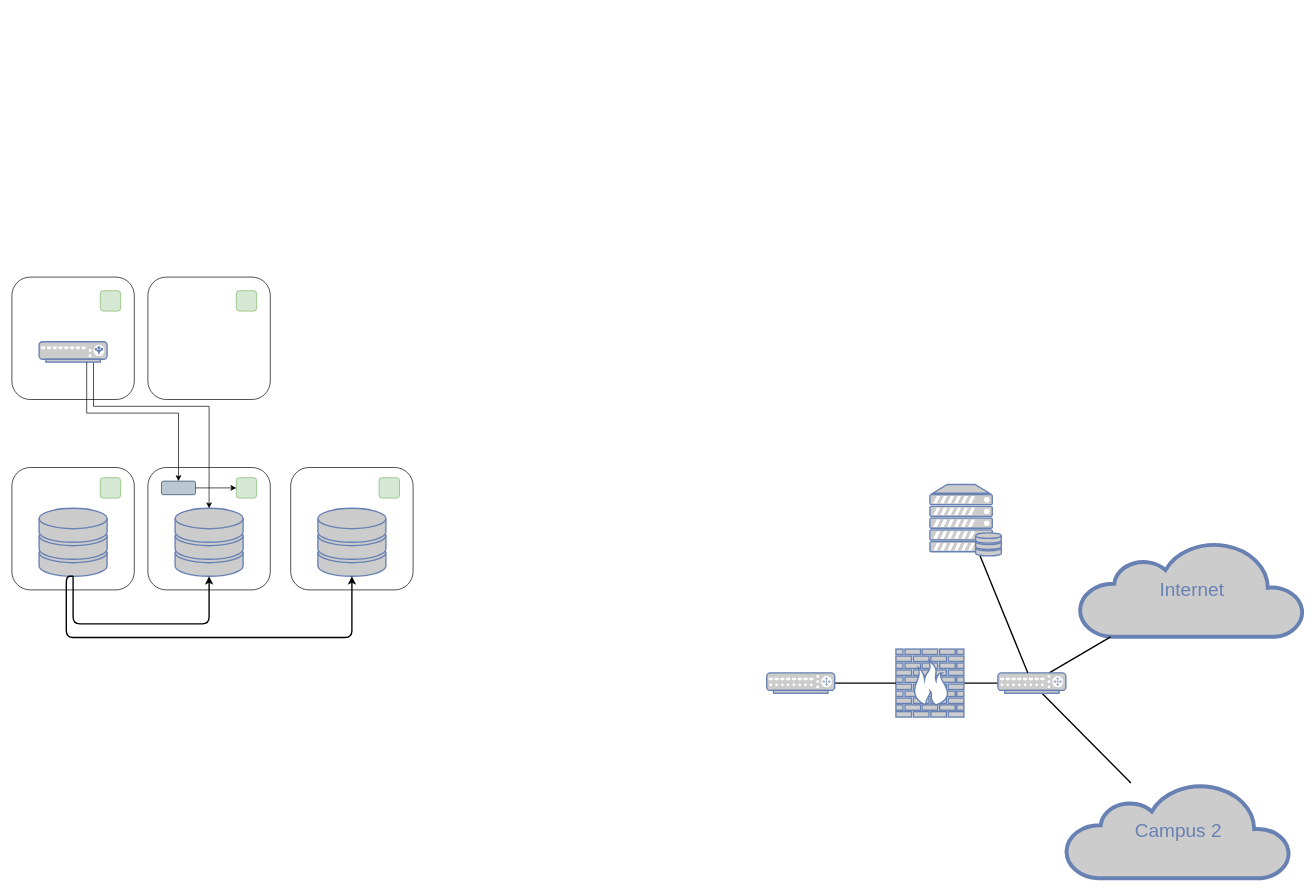
This is arch/networks.drawio from Arnauld/schema, a draw.io file, before an edit. Source tidied: cells renumbered, new cells numbered last; positions are measured from the earlier drawing's top-left corner, leaving out a move shared by most shapes. Both pictures are drawn from the tidied source at 68%, with x=0, y=0 at pixel (12, 277).
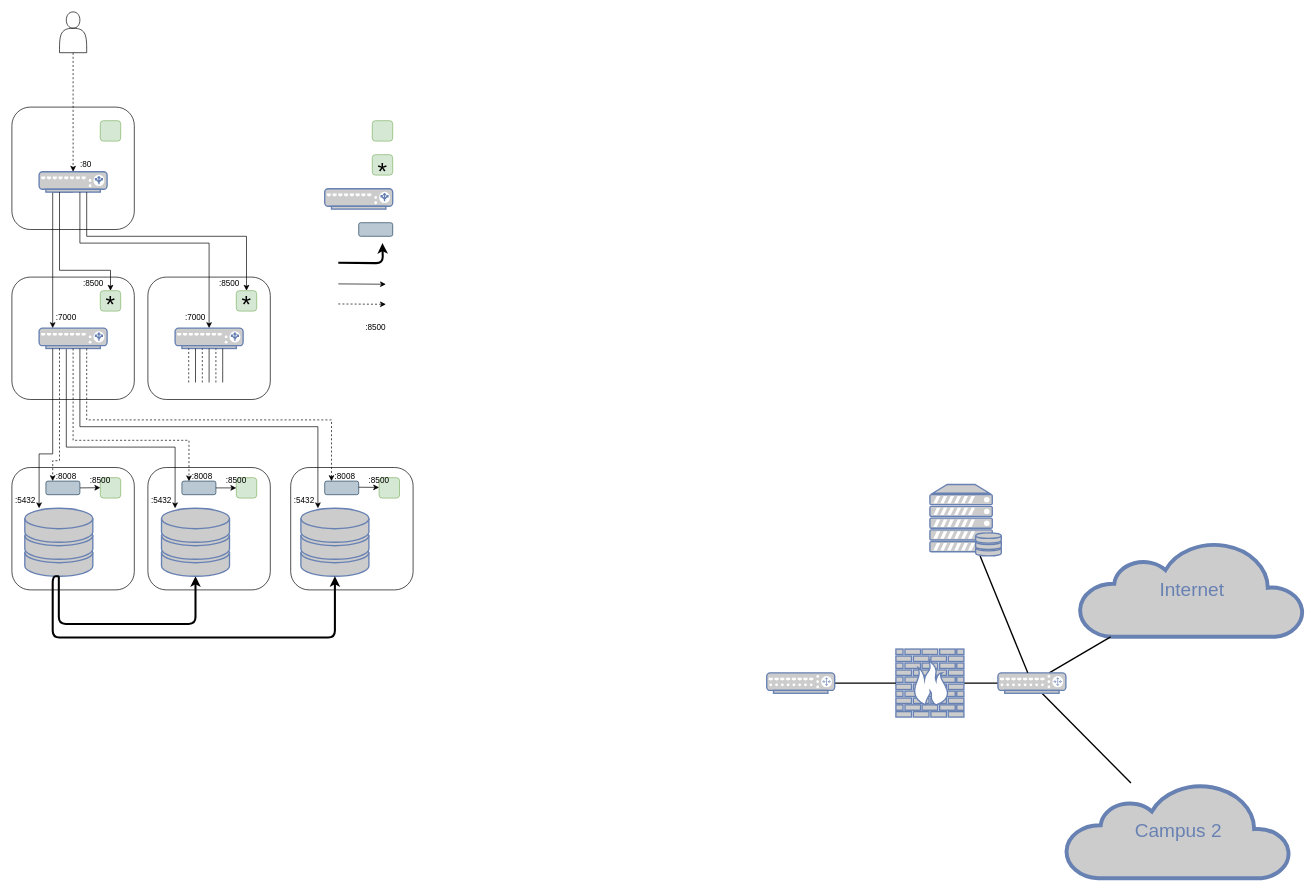
After the change.

Unchanged cells that the change refers to:
```xml
<mxCell id="24" style="rounded=1;whiteSpace=wrap;html=1;" parent="1" vertex="1">
  <mxGeometry x="200" width="180" height="180" as="geometry" />
</mxCell>
<mxCell id="28" style="rounded=1;whiteSpace=wrap;html=1;fillColor=#d5e8d4;strokeColor=#82b366;" parent="1" vertex="1">
  <mxGeometry x="330" y="20" width="30" height="30" as="geometry" />
</mxCell>
<mxCell id="29" style="rounded=1;whiteSpace=wrap;html=1;fillColor=#d5e8d4;strokeColor=#82b366;" parent="1" vertex="1">
  <mxGeometry x="130" y="20" width="30" height="30" as="geometry" />
</mxCell>
```

The edit, as a diff of the source:
```diff
@@
     <mxCell id="14" style="fontColor=#0066CC;verticalAlign=top;verticalLabelPosition=bottom;labelPosition=center;align=center;html=1;fillColor=#CCCCCC;strokeColor=#6881B3;gradientColor=none;gradientDirection=north;strokeWidth=2;shape=mxgraph.networks.storage;rounded=0;shadow=0;comic=0;" parent="1" vertex="1">
-      <mxGeometry x="40" y="340" width="100" height="100" as="geometry" />
+      <mxGeometry x="19" y="340" width="100" height="100" as="geometry" />
     </mxCell>
@@
-    <mxCell id="17" style="edgeStyle=orthogonalEdgeStyle;html=1;labelBackgroundColor=none;endArrow=classic;endFill=1;strokeWidth=2;fontFamily=Verdana;fontSize=28;fontColor=#6881B3;entryX=0.5;entryY=1;entryDx=0;entryDy=0;entryPerimeter=0;exitX=0.5;exitY=1;exitDx=0;exitDy=0;exitPerimeter=0;" parent="1" edge="1" source="14" target="19">
+    <mxCell id="17" style="edgeStyle=orthogonalEdgeStyle;html=1;labelBackgroundColor=none;endArrow=classic;endFill=1;strokeWidth=3;fontFamily=Verdana;fontSize=28;fontColor=#6881B3;entryX=0.5;entryY=1;entryDx=0;entryDy=0;entryPerimeter=0;exitX=0.5;exitY=1;exitDx=0;exitDy=0;exitPerimeter=0;" parent="1" edge="1" source="14" target="19">
       <mxGeometry relative="1" as="geometry">
         <Array as="points">
           <mxPoint x="90" y="510" />
           <mxPoint x="290" y="510" />
         </Array>
       </mxGeometry>
     </mxCell>
@@
     <mxCell id="19" style="fontColor=#0066CC;verticalAlign=top;verticalLabelPosition=bottom;labelPosition=center;align=center;html=1;fillColor=#CCCCCC;strokeColor=#6881B3;gradientColor=none;gradientDirection=north;strokeWidth=2;shape=mxgraph.networks.storage;rounded=0;shadow=0;comic=0;" parent="1" vertex="1">
-      <mxGeometry x="240" y="340" width="100" height="100" as="geometry" />
+      <mxGeometry x="220" y="340" width="100" height="100" as="geometry" />
     </mxCell>
     <mxCell id="20" style="fontColor=#0066CC;verticalAlign=top;verticalLabelPosition=bottom;labelPosition=center;align=center;html=1;fillColor=#CCCCCC;strokeColor=#6881B3;gradientColor=none;gradientDirection=north;strokeWidth=2;shape=mxgraph.networks.storage;rounded=0;shadow=0;comic=0;" parent="1" vertex="1">
-      <mxGeometry x="450" y="340" width="100" height="100" as="geometry" />
+      <mxGeometry x="425" y="340" width="100" height="100" as="geometry" />
     </mxCell>
-    <mxCell id="21" style="edgeStyle=orthogonalEdgeStyle;html=1;labelBackgroundColor=none;endArrow=classic;endFill=1;strokeWidth=2;fontFamily=Verdana;fontSize=28;fontColor=#6881B3;entryX=0.5;entryY=1;entryDx=0;entryDy=0;entryPerimeter=0;exitX=0.5;exitY=1;exitDx=0;exitDy=0;exitPerimeter=0;startArrow=none;startFill=0;" parent="1" edge="1" source="14" target="20">
+    <mxCell id="21" style="edgeStyle=orthogonalEdgeStyle;html=1;labelBackgroundColor=none;endArrow=classic;endFill=1;strokeWidth=3;fontFamily=Verdana;fontSize=28;fontColor=#6881B3;entryX=0.5;entryY=1;entryDx=0;entryDy=0;entryPerimeter=0;exitX=0.5;exitY=1;exitDx=0;exitDy=0;exitPerimeter=0;startArrow=none;startFill=0;" parent="1" edge="1" source="14" target="20">
       <mxGeometry relative="1" as="geometry">
         <Array as="points">
-          <mxPoint x="80" y="440" />
-          <mxPoint x="80" y="530" />
-          <mxPoint x="500" y="530" />
+          <mxPoint x="60" y="440" />
+          <mxPoint x="60" y="530" />
+          <mxPoint x="475" y="530" />
         </Array>
       </mxGeometry>
     </mxCell>
-    <mxCell id="22" style="edgeStyle=orthogonalEdgeStyle;rounded=0;jettySize=auto;html=1;startArrow=none;startFill=0;endArrow=classic;endFill=1;entryX=0.5;entryY=0;entryDx=0;entryDy=0;entryPerimeter=0;" parent="1" edge="1" source="23" target="19">
+    <mxCell id="22" style="edgeStyle=orthogonalEdgeStyle;rounded=0;jettySize=auto;html=1;startArrow=none;startFill=0;endArrow=classic;endFill=1;" parent="1" edge="1" source="23">
       <mxGeometry relative="1" as="geometry">
+        <mxPoint x="240" y="340" as="targetPoint" />
         <Array as="points">
-          <mxPoint x="120" y="190" />
-          <mxPoint x="290" y="190" />
+          <mxPoint x="80" y="250" />
+          <mxPoint x="240" y="250" />
         </Array>
       </mxGeometry>
     </mxCell>
     <mxCell id="23" style="fontColor=#0066CC;verticalAlign=top;verticalLabelPosition=bottom;labelPosition=center;align=center;html=1;outlineConnect=0;fillColor=#CCCCCC;strokeColor=#6881B3;gradientColor=none;gradientDirection=north;strokeWidth=2;shape=mxgraph.networks.load_balancer;" parent="1" vertex="1">
-      <mxGeometry x="40" y="95" width="100" height="30" as="geometry" />
+      <mxGeometry x="40" y="75" width="100" height="30" as="geometry" />
     </mxCell>
@@
-    <mxCell id="25" style="edgeStyle=orthogonalEdgeStyle;rounded=0;jettySize=auto;html=1;startArrow=none;startFill=0;endArrow=classic;endFill=1;entryX=0.5;entryY=0;entryDx=0;entryDy=0;" parent="1" edge="1" source="23" target="26">
+    <mxCell id="25" style="edgeStyle=orthogonalEdgeStyle;rounded=0;jettySize=auto;html=1;startArrow=none;startFill=0;endArrow=classic;endFill=1;entryX=0.208;entryY=0.016;entryDx=0;entryDy=0;dashed=1;entryPerimeter=0;" parent="1" edge="1" source="23" target="26">
       <mxGeometry relative="1" as="geometry">
         <Array as="points">
-          <mxPoint x="110" y="200" />
-          <mxPoint x="245" y="200" />
+          <mxPoint x="90" y="240" />
+          <mxPoint x="260" y="240" />
+          <mxPoint x="260" y="300" />
         </Array>
       </mxGeometry>
     </mxCell>
     <mxCell id="26" style="rounded=1;whiteSpace=wrap;html=1;fillColor=#bac8d3;strokeColor=#23445d;" parent="1" vertex="1">
-      <mxGeometry x="220" y="300" width="50" height="20" as="geometry" />
+      <mxGeometry x="250" y="300" width="50" height="20" as="geometry" />
     </mxCell>
@@
+    <mxCell id="33" style="rounded=1;whiteSpace=wrap;html=1;" parent="1" vertex="1">
+      <mxGeometry y="-250" width="180" height="180" as="geometry" />
+    </mxCell>
+    <mxCell id="34" style="edgeStyle=orthogonalEdgeStyle;rounded=0;jettySize=auto;html=1;exitX=0.5;exitY=1;exitDx=0;exitDy=0;exitPerimeter=0;startArrow=none;startFill=0;endArrow=classic;endFill=1;" parent="1" edge="1" source="35" target="23">
+      <mxGeometry relative="1" as="geometry">
+        <Array as="points">
+          <mxPoint x="60" y="-125" />
+        </Array>
+      </mxGeometry>
+    </mxCell>
+    <mxCell id="35" style="fontColor=#0066CC;verticalAlign=top;verticalLabelPosition=bottom;labelPosition=center;align=center;html=1;outlineConnect=0;fillColor=#CCCCCC;strokeColor=#6881B3;gradientColor=none;gradientDirection=north;strokeWidth=2;shape=mxgraph.networks.load_balancer;" parent="1" vertex="1">
+      <mxGeometry x="40" y="-155" width="100" height="30" as="geometry" />
+    </mxCell>
+    <mxCell id="36" style="rounded=1;whiteSpace=wrap;html=1;fillColor=#d5e8d4;strokeColor=#82b366;" parent="1" vertex="1">
+      <mxGeometry x="130" y="-230" width="30" height="30" as="geometry" />
+    </mxCell>
+    <mxCell id="37" style="edgeStyle=orthogonalEdgeStyle;rounded=0;jettySize=auto;html=1;startArrow=none;startFill=0;endArrow=classic;endFill=1;entryX=0.5;entryY=0;entryDx=0;entryDy=0;" parent="1" edge="1" source="35" target="29">
+      <mxGeometry relative="1" as="geometry">
+        <Array as="points">
+          <mxPoint x="70" y="-10" />
+          <mxPoint x="145" y="-10" />
+        </Array>
+      </mxGeometry>
+    </mxCell>
+    <mxCell id="38" style="edgeStyle=orthogonalEdgeStyle;rounded=0;jettySize=auto;html=1;startArrow=none;startFill=0;endArrow=classic;endFill=1;entryX=0.5;entryY=0;entryDx=0;entryDy=0;" parent="1" edge="1" source="35" target="28">
+      <mxGeometry relative="1" as="geometry">
+        <Array as="points">
+          <mxPoint x="110" y="-60" />
+          <mxPoint x="345" y="-60" />
+        </Array>
+      </mxGeometry>
+    </mxCell>
+    <mxCell id="39" style="rounded=1;whiteSpace=wrap;html=1;fillColor=#bac8d3;strokeColor=#23445d;" parent="1" vertex="1">
+      <mxGeometry x="460" y="300" width="50" height="20" as="geometry" />
+    </mxCell>
+    <mxCell id="40" style="edgeStyle=orthogonalEdgeStyle;rounded=0;jettySize=auto;html=1;startArrow=none;startFill=0;endArrow=classic;endFill=1;dashed=1;" parent="1" edge="1" source="23">
+      <mxGeometry relative="1" as="geometry">
+        <mxPoint x="60" y="300" as="targetPoint" />
+        <Array as="points">
+          <mxPoint x="70" y="270" />
+          <mxPoint x="60" y="270" />
+          <mxPoint x="60" y="300" />
+        </Array>
+      </mxGeometry>
+    </mxCell>
+    <mxCell id="41" style="edgeStyle=orthogonalEdgeStyle;rounded=0;jettySize=auto;html=1;startArrow=none;startFill=0;endArrow=classic;endFill=1;" parent="1" edge="1" source="23">
+      <mxGeometry relative="1" as="geometry">
+        <mxPoint x="40" y="340" as="targetPoint" />
+        <Array as="points">
+          <mxPoint x="60" y="260" />
+          <mxPoint x="40" y="260" />
+        </Array>
+      </mxGeometry>
+    </mxCell>
+    <mxCell id="42" style="edgeStyle=orthogonalEdgeStyle;rounded=0;jettySize=auto;html=1;startArrow=none;startFill=0;endArrow=classic;endFill=1;dashed=1;" parent="1" edge="1" source="23">
+      <mxGeometry relative="1" as="geometry">
+        <mxPoint x="470" y="300" as="targetPoint" />
+        <Array as="points">
+          <mxPoint x="110" y="210" />
+          <mxPoint x="470" y="210" />
+        </Array>
+      </mxGeometry>
+    </mxCell>
+    <mxCell id="43" style="edgeStyle=orthogonalEdgeStyle;rounded=0;jettySize=auto;html=1;startArrow=none;startFill=0;endArrow=classic;endFill=1;" parent="1" edge="1" source="23">
+      <mxGeometry relative="1" as="geometry">
+        <mxPoint x="450" y="340" as="targetPoint" />
+        <Array as="points">
+          <mxPoint x="100" y="220" />
+          <mxPoint x="450" y="220" />
+        </Array>
+      </mxGeometry>
+    </mxCell>
+    <mxCell id="44" style="fontColor=#0066CC;verticalAlign=top;verticalLabelPosition=bottom;labelPosition=center;align=center;html=1;fillColor=#CCCCCC;strokeColor=#6881B3;gradientColor=none;gradientDirection=north;strokeWidth=2;shape=mxgraph.networks.load_balancer;" parent="1" vertex="1">
+      <mxGeometry x="240" y="75" width="100" height="30" as="geometry" />
+    </mxCell>
+    <mxCell id="45" style="edgeStyle=orthogonalEdgeStyle;rounded=0;jettySize=auto;html=1;startArrow=none;startFill=0;endArrow=classic;endFill=1;" parent="1" edge="1" source="35">
+      <mxGeometry relative="1" as="geometry">
+        <mxPoint x="290" y="75" as="targetPoint" />
+        <Array as="points">
+          <mxPoint x="100" y="-50" />
+          <mxPoint x="290" y="-50" />
+          <mxPoint x="290" y="75" />
+        </Array>
+      </mxGeometry>
+    </mxCell>
+    <mxCell id="46" style="rounded=1;whiteSpace=wrap;html=1;fillColor=#d5e8d4;strokeColor=#82b366;" parent="1" vertex="1">
+      <mxGeometry x="530" y="-230" width="30" height="30" as="geometry" />
+    </mxCell>
+    <mxCell id="47" value="*" style="text;html=1;strokeColor=none;fillColor=none;align=center;verticalAlign=middle;whiteSpace=wrap;rounded=0;fontSize=36;" parent="1" vertex="1">
+      <mxGeometry x="125" y="30" width="40" height="20" as="geometry" />
+    </mxCell>
+    <mxCell id="48" value="*" style="text;html=1;strokeColor=none;fillColor=none;align=center;verticalAlign=middle;whiteSpace=wrap;rounded=0;fontSize=36;" parent="1" vertex="1">
+      <mxGeometry x="325" y="30" width="40" height="20" as="geometry" />
+    </mxCell>
+    <mxCell id="49" style="rounded=1;whiteSpace=wrap;html=1;fillColor=#d5e8d4;strokeColor=#82b366;" parent="1" vertex="1">
+      <mxGeometry x="530" y="-180" width="30" height="30" as="geometry" />
+    </mxCell>
+    <mxCell id="50" value="*" style="text;html=1;strokeColor=none;fillColor=none;align=center;verticalAlign=middle;whiteSpace=wrap;rounded=0;fontSize=36;" parent="1" vertex="1">
+      <mxGeometry x="525" y="-165" width="40" height="20" as="geometry" />
+    </mxCell>
+    <mxCell id="51" style="fontColor=#0066CC;verticalAlign=top;verticalLabelPosition=bottom;labelPosition=center;align=center;html=1;fillColor=#CCCCCC;strokeColor=#6881B3;gradientColor=none;gradientDirection=north;strokeWidth=2;shape=mxgraph.networks.load_balancer;" parent="1" vertex="1">
+      <mxGeometry x="460" y="-130" width="100" height="30" as="geometry" />
+    </mxCell>
+    <mxCell id="52" style="rounded=1;whiteSpace=wrap;html=1;fillColor=#bac8d3;strokeColor=#23445d;" parent="1" vertex="1">
+      <mxGeometry x="510" y="-80" width="50" height="20" as="geometry" />
+    </mxCell>
+    <mxCell id="53" value="&lt;font style=&quot;font-size: 12px&quot;&gt;:5432&lt;/font&gt;" style="text;html=1;strokeColor=none;fillColor=none;align=center;verticalAlign=middle;whiteSpace=wrap;rounded=0;fontSize=36;" parent="1" vertex="1">
+      <mxGeometry y="310" width="40" height="20" as="geometry" />
+    </mxCell>
+    <mxCell id="54" value="&lt;font style=&quot;font-size: 12px&quot;&gt;:8008&lt;/font&gt;" style="text;html=1;strokeColor=none;fillColor=none;align=center;verticalAlign=middle;whiteSpace=wrap;rounded=0;fontSize=36;" parent="1" vertex="1">
+      <mxGeometry x="60" y="275" width="40" height="20" as="geometry" />
+    </mxCell>
+    <mxCell id="55" value="&lt;font style=&quot;font-size: 12px&quot;&gt;:7000&lt;/font&gt;" style="text;html=1;strokeColor=none;fillColor=none;align=center;verticalAlign=middle;whiteSpace=wrap;rounded=0;fontSize=36;" parent="1" vertex="1">
+      <mxGeometry x="60" y="40" width="40" height="20" as="geometry" />
+    </mxCell>
+    <mxCell id="56" value="&lt;font style=&quot;font-size: 12px&quot;&gt;:8500&lt;/font&gt;" style="text;html=1;strokeColor=none;fillColor=none;align=center;verticalAlign=middle;whiteSpace=wrap;rounded=0;fontSize=36;" parent="1" vertex="1">
+      <mxGeometry x="100" y="-15" width="40" height="30" as="geometry" />
+    </mxCell>
+    <mxCell id="57" value="&lt;font style=&quot;font-size: 12px&quot;&gt;:8500&lt;/font&gt;" style="text;html=1;strokeColor=none;fillColor=none;align=center;verticalAlign=middle;whiteSpace=wrap;rounded=0;fontSize=36;" parent="1" vertex="1">
+      <mxGeometry x="310" y="280" width="40" height="20" as="geometry" />
+    </mxCell>
+    <mxCell id="58" style="edgeStyle=orthogonalEdgeStyle;rounded=0;jettySize=auto;html=1;exitX=0.5;exitY=1;exitDx=0;exitDy=0;entryX=0.5;entryY=0;entryDx=0;entryDy=0;entryPerimeter=0;dashed=1;startArrow=none;startFill=0;endArrow=classic;endFill=1;fontSize=36;" parent="1" edge="1" source="59" target="35">
+      <mxGeometry relative="1" as="geometry" />
+    </mxCell>
+    <mxCell id="59" style="shape=actor;whiteSpace=wrap;html=1;fontSize=36;" parent="1" vertex="1">
+      <mxGeometry x="70" y="-390" width="40" height="60" as="geometry" />
+    </mxCell>
+    <mxCell id="60" value="&lt;font style=&quot;font-size: 12px&quot;&gt;:80&lt;/font&gt;" style="text;html=1;strokeColor=none;fillColor=none;align=center;verticalAlign=middle;whiteSpace=wrap;rounded=0;fontSize=36;" parent="1" vertex="1">
+      <mxGeometry x="89" y="-185" width="40" height="20" as="geometry" />
+    </mxCell>
+    <mxCell id="61" value="&lt;font style=&quot;font-size: 12px&quot;&gt;:7000&lt;/font&gt;" style="text;html=1;strokeColor=none;fillColor=none;align=center;verticalAlign=middle;whiteSpace=wrap;rounded=0;fontSize=36;" parent="1" vertex="1">
+      <mxGeometry x="250" y="40" width="40" height="20" as="geometry" />
+    </mxCell>
+    <mxCell id="62" value="&lt;font style=&quot;font-size: 12px&quot;&gt;:8500&lt;/font&gt;" style="text;html=1;strokeColor=none;fillColor=none;align=center;verticalAlign=middle;whiteSpace=wrap;rounded=0;fontSize=36;" parent="1" vertex="1">
+      <mxGeometry x="300" y="-15" width="40" height="30" as="geometry" />
+    </mxCell>
+    <mxCell id="63" style="endArrow=none;html=1;fontSize=36;exitX=0.389;exitY=0.861;exitDx=0;exitDy=0;exitPerimeter=0;" parent="1" edge="1" source="24">
+      <mxGeometry relative="1" as="geometry">
+        <mxPoint x="270" y="105" as="targetPoint" />
+      </mxGeometry>
+    </mxCell>
+    <mxCell id="64" style="endArrow=none;html=1;dashed=1;fontSize=36;exitX=0.389;exitY=0.861;exitDx=0;exitDy=0;exitPerimeter=0;" parent="1" edge="1">
+      <mxGeometry relative="1" as="geometry">
+        <mxPoint x="280" y="155" as="sourcePoint" />
+        <mxPoint x="280" y="105" as="targetPoint" />
+      </mxGeometry>
+    </mxCell>
+    <mxCell id="65" style="endArrow=none;html=1;dashed=1;fontSize=36;exitX=0.389;exitY=0.861;exitDx=0;exitDy=0;exitPerimeter=0;" parent="1" edge="1">
+      <mxGeometry relative="1" as="geometry">
+        <mxPoint x="260" y="155" as="sourcePoint" />
+        <mxPoint x="260" y="105" as="targetPoint" />
+      </mxGeometry>
+    </mxCell>
+    <mxCell id="66" style="endArrow=none;html=1;fontSize=36;exitX=0.389;exitY=0.861;exitDx=0;exitDy=0;exitPerimeter=0;" parent="1" edge="1">
+      <mxGeometry relative="1" as="geometry">
+        <mxPoint x="290" y="155" as="sourcePoint" />
+        <mxPoint x="290" y="105" as="targetPoint" />
+      </mxGeometry>
+    </mxCell>
+    <mxCell id="67" style="endArrow=none;html=1;dashed=1;fontSize=36;exitX=0.389;exitY=0.861;exitDx=0;exitDy=0;exitPerimeter=0;" parent="1" edge="1">
+      <mxGeometry relative="1" as="geometry">
+        <mxPoint x="300" y="155" as="sourcePoint" />
+        <mxPoint x="300" y="105" as="targetPoint" />
+      </mxGeometry>
+    </mxCell>
+    <mxCell id="68" style="endArrow=none;html=1;fontSize=36;exitX=0.389;exitY=0.861;exitDx=0;exitDy=0;exitPerimeter=0;" parent="1" edge="1">
+      <mxGeometry relative="1" as="geometry">
+        <mxPoint x="310" y="155" as="sourcePoint" />
+        <mxPoint x="310" y="105" as="targetPoint" />
+      </mxGeometry>
+    </mxCell>
+    <mxCell id="69" value="&lt;font style=&quot;font-size: 12px&quot;&gt;:8008&lt;/font&gt;" style="text;html=1;strokeColor=none;fillColor=none;align=center;verticalAlign=middle;whiteSpace=wrap;rounded=0;fontSize=36;" parent="1" vertex="1">
+      <mxGeometry x="260" y="275" width="40" height="20" as="geometry" />
+    </mxCell>
+    <mxCell id="70" value="&lt;font style=&quot;font-size: 12px&quot;&gt;:8008&lt;/font&gt;" style="text;html=1;strokeColor=none;fillColor=none;align=center;verticalAlign=middle;whiteSpace=wrap;rounded=0;fontSize=36;" parent="1" vertex="1">
+      <mxGeometry x="470" y="275" width="40" height="20" as="geometry" />
+    </mxCell>
+    <mxCell id="71" value="&lt;font style=&quot;font-size: 12px&quot;&gt;:5432&lt;/font&gt;" style="text;html=1;strokeColor=none;fillColor=none;align=center;verticalAlign=middle;whiteSpace=wrap;rounded=0;fontSize=36;" parent="1" vertex="1">
+      <mxGeometry x="200" y="310" width="40" height="20" as="geometry" />
+    </mxCell>
+    <mxCell id="72" value="&lt;font style=&quot;font-size: 12px&quot;&gt;:5432&lt;/font&gt;" style="text;html=1;strokeColor=none;fillColor=none;align=center;verticalAlign=middle;whiteSpace=wrap;rounded=0;fontSize=36;" parent="1" vertex="1">
+      <mxGeometry x="410" y="310" width="40" height="20" as="geometry" />
+    </mxCell>
+    <mxCell id="73" value="&lt;font style=&quot;font-size: 12px&quot;&gt;:8500&lt;/font&gt;" style="text;html=1;strokeColor=none;fillColor=none;align=center;verticalAlign=middle;whiteSpace=wrap;rounded=0;fontSize=36;" parent="1" vertex="1">
+      <mxGeometry x="110" y="280" width="40" height="20" as="geometry" />
+    </mxCell>
+    <mxCell id="74" value="&lt;font style=&quot;font-size: 12px&quot;&gt;:8500&lt;/font&gt;" style="text;html=1;strokeColor=none;fillColor=none;align=center;verticalAlign=middle;whiteSpace=wrap;rounded=0;fontSize=36;" parent="1" vertex="1">
+      <mxGeometry x="520" y="280" width="40" height="20" as="geometry" />
+    </mxCell>
+    <mxCell id="75" style="endArrow=classic;html=1;exitX=1;exitY=0.5;exitDx=0;exitDy=0;entryX=0;entryY=0.5;entryDx=0;entryDy=0;" parent="1" edge="1" source="77">
+      <mxGeometry relative="1" as="geometry">
+        <mxPoint x="130" y="309.7" as="targetPoint" />
+      </mxGeometry>
+    </mxCell>
+    <mxCell id="76" style="endArrow=classic;html=1;entryX=0;entryY=0.5;entryDx=0;entryDy=0;" parent="1" edge="1">
+      <mxGeometry relative="1" as="geometry">
+        <mxPoint x="510" y="309" as="sourcePoint" />
+        <mxPoint x="540" y="309.3" as="targetPoint" />
+      </mxGeometry>
+    </mxCell>
+    <mxCell id="77" style="rounded=1;whiteSpace=wrap;html=1;fillColor=#bac8d3;strokeColor=#23445d;" parent="1" vertex="1">
+      <mxGeometry x="50" y="300" width="50" height="20" as="geometry" />
+    </mxCell>
+    <mxCell id="78" style="edgeStyle=orthogonalEdgeStyle;html=1;labelBackgroundColor=none;endArrow=classic;endFill=1;strokeWidth=3;fontFamily=Verdana;fontSize=28;fontColor=#6881B3;" parent="1" edge="1">
+      <mxGeometry relative="1" as="geometry">
+        <mxPoint x="480" y="-21" as="sourcePoint" />
+        <mxPoint x="545" y="-50" as="targetPoint" />
+      </mxGeometry>
+    </mxCell>
+    <mxCell id="79" style="endArrow=classic;html=1;strokeWidth=1;fontSize=36;" parent="1" edge="1">
+      <mxGeometry relative="1" as="geometry">
+        <mxPoint x="480" y="10" as="sourcePoint" />
+        <mxPoint x="550" y="10.5" as="targetPoint" />
+      </mxGeometry>
+    </mxCell>
+    <mxCell id="80" style="endArrow=classic;html=1;strokeWidth=1;fontSize=36;dashed=1;" parent="1" edge="1">
+      <mxGeometry relative="1" as="geometry">
+        <mxPoint x="480" y="39.5" as="sourcePoint" />
+        <mxPoint x="550" y="40" as="targetPoint" />
+      </mxGeometry>
+    </mxCell>
+    <mxCell id="81" value="&lt;font style=&quot;font-size: 12px&quot;&gt;:8500&lt;/font&gt;" style="text;html=1;strokeColor=none;fillColor=none;align=center;verticalAlign=middle;whiteSpace=wrap;rounded=0;fontSize=36;" parent="1" vertex="1">
+      <mxGeometry x="515" y="50" width="40" height="30" as="geometry" />
+    </mxCell>
```
